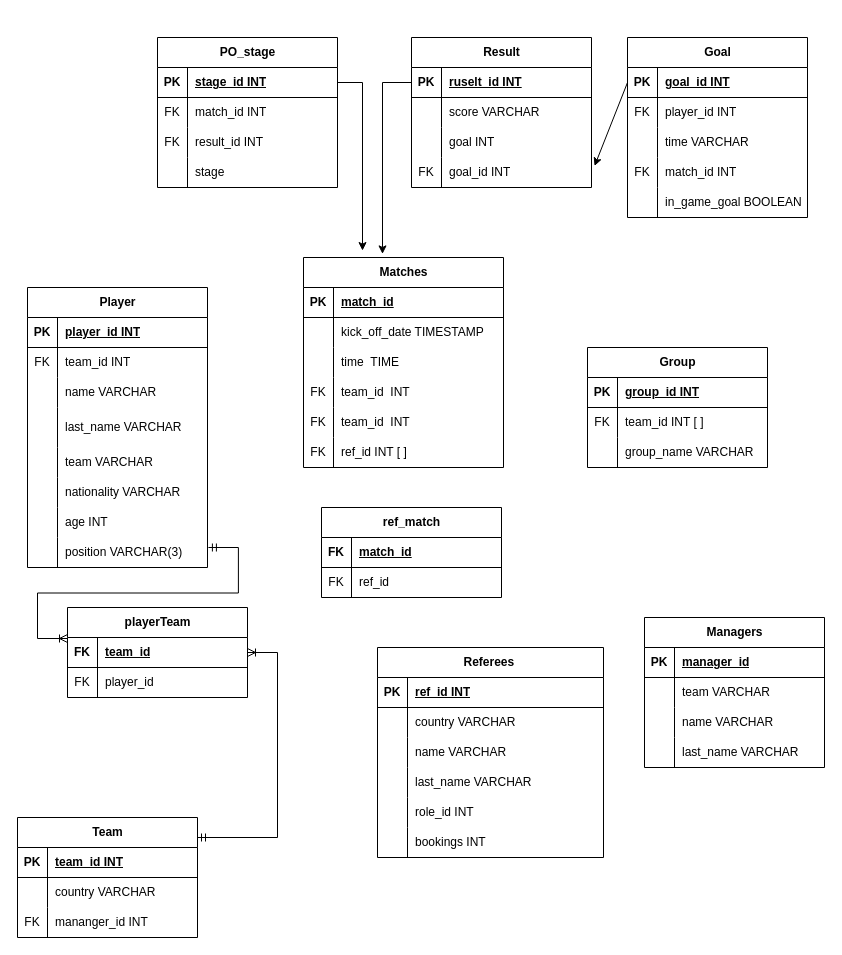
539622RAR/db_6assingment keeps this draw.io diagram as db6.drawio. Above is the earlier version. Source tidied: cells renumbered, new cells numbered last; positions are measured from the earlier drawing's top-left corner, leaving out a move shared by most shapes. Both pictures are drawn from the tidied source at 100%, with x=0, y=0 at pixel (17, 37).
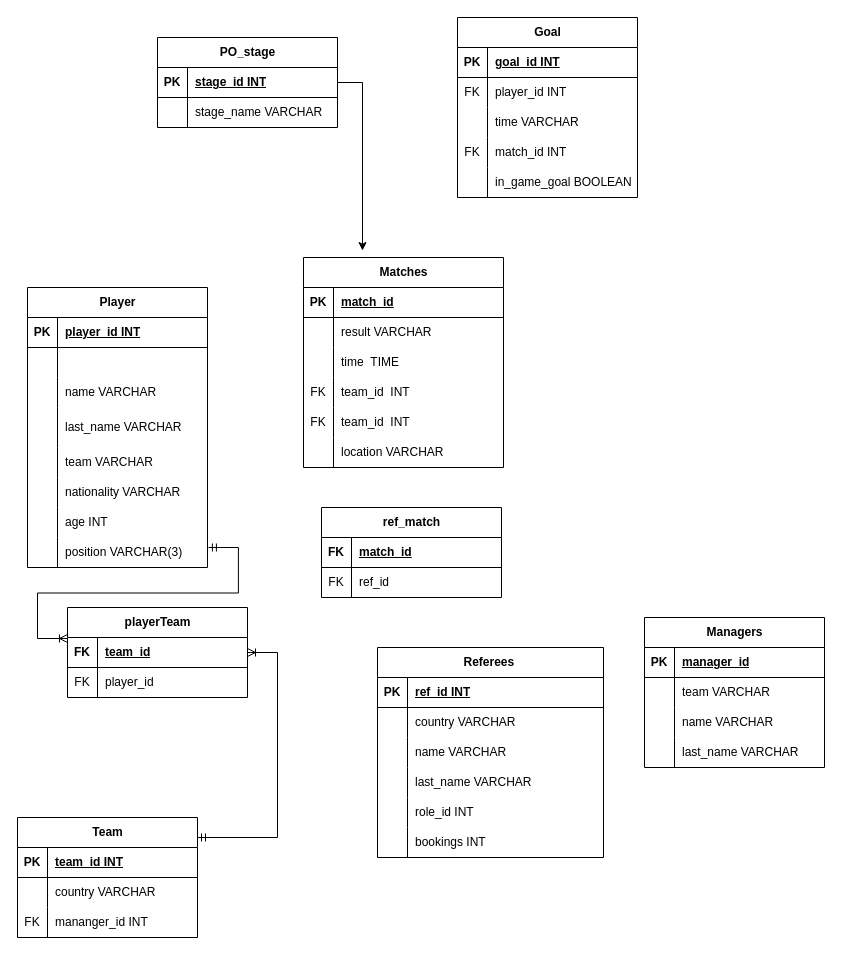
The same diagram, later.

The change refers to these unchanged cells:
```xml
<mxCell id="10" style="shape=tableRow;horizontal=0;startSize=0;swimlaneHead=0;swimlaneBody=0;fillColor=none;top=0;left=0;right=0;bottom=0;" parent="6" vertex="1">
  <mxGeometry y="60" width="180" height="30" as="geometry" />
</mxCell>
<mxCell id="31" value="Matches" style="shape=table;startSize=30;childLayout=tableLayout;rowLines=0;fontStyle=1;align=center;html=1;" parent="1" vertex="1">
  <mxGeometry x="286" y="220" width="200" height="210" as="geometry" />
</mxCell>
<mxCell id="35" style="shape=tableRow;horizontal=0;startSize=0;swimlaneHead=0;swimlaneBody=0;fillColor=none;top=0;left=0;right=0;bottom=0;" parent="31" vertex="1">
  <mxGeometry y="60" width="200" height="30" as="geometry" />
</mxCell>
<mxCell id="47" style="shape=tableRow;horizontal=0;startSize=0;swimlaneHead=0;swimlaneBody=0;fillColor=none;top=0;left=0;right=0;bottom=0;" parent="31" vertex="1">
  <mxGeometry y="180" width="200" height="30" as="geometry" />
</mxCell>
<mxCell id="106" style="shape=tableRow;horizontal=0;startSize=0;swimlaneHead=0;swimlaneBody=0;fillColor=none;top=0;left=0;right=0;bottom=0;" parent="102" vertex="1">
  <mxGeometry y="60" width="180" height="30" as="geometry" />
</mxCell>
<mxCell id="129" style="shape=tableRow;horizontal=0;startSize=0;swimlaneHead=0;swimlaneBody=0;fillColor=none;points=[[0,0.5],[1,0.5]];portConstraint=eastwest;top=0;left=0;right=0;bottom=1;" parent="128" vertex="1">
  <mxGeometry y="30" width="180" height="30" as="geometry" />
</mxCell>
```

Diff of the diagram source:
```diff
@@
-    <mxCell id="11" value="FK" style="shape=partialRectangle;fillColor=none;top=0;left=0;bottom=0;right=0;overflow=hidden;whiteSpace=wrap;html=1;" parent="10" vertex="1">
+    <mxCell id="11" style="shape=partialRectangle;fillColor=none;top=0;left=0;bottom=0;right=0;overflow=hidden;whiteSpace=wrap;html=1;" parent="10" vertex="1">
       <mxGeometry width="30" height="30" as="geometry" />
     </mxCell>
-    <mxCell id="12" value="team_id INT" style="shape=partialRectangle;fillColor=none;top=0;left=0;bottom=0;right=0;align=left;spacingLeft=6;overflow=hidden;whiteSpace=wrap;html=1;" parent="10" vertex="1">
+    <mxCell id="12" style="shape=partialRectangle;fillColor=none;top=0;left=0;bottom=0;right=0;align=left;spacingLeft=6;overflow=hidden;whiteSpace=wrap;html=1;" parent="10" vertex="1">
       <mxGeometry x="30" width="150" height="30" as="geometry" />
     </mxCell>
@@
-    <mxCell id="37" value="kick_off_date TIMESTAMP" style="shape=partialRectangle;fillColor=none;top=0;left=0;bottom=0;right=0;align=left;spacingLeft=6;overflow=hidden;whiteSpace=wrap;html=1;" parent="35" vertex="1">
+    <mxCell id="37" value="result VARCHAR" style="shape=partialRectangle;fillColor=none;top=0;left=0;bottom=0;right=0;align=left;spacingLeft=6;overflow=hidden;whiteSpace=wrap;html=1;" parent="35" vertex="1">
       <mxGeometry x="30" width="170" height="30" as="geometry" />
     </mxCell>
@@
-    <mxCell id="48" value="FK" style="shape=partialRectangle;fillColor=none;top=0;left=0;bottom=0;right=0;overflow=hidden;whiteSpace=wrap;html=1;" parent="47" vertex="1">
-      <mxGeometry width="30" height="30" as="geometry" />
-    </mxCell>
-    <mxCell id="49" value="ref_id INT [ ]" style="shape=partialRectangle;fillColor=none;top=0;left=0;bottom=0;right=0;align=left;spacingLeft=6;overflow=hidden;whiteSpace=wrap;html=1;" parent="47" vertex="1">
-      <mxGeometry x="30" width="170" height="30" as="geometry" />
-    </mxCell>
+    <mxCell id="163" style="shape=partialRectangle;fillColor=none;top=0;left=0;bottom=0;right=0;overflow=hidden;whiteSpace=wrap;html=1;" parent="47" vertex="1">
+      <mxGeometry width="30" height="30" as="geometry" />
+    </mxCell>
+    <mxCell id="164" value="location VARCHAR" style="shape=partialRectangle;fillColor=none;top=0;left=0;bottom=0;right=0;align=left;spacingLeft=6;overflow=hidden;whiteSpace=wrap;html=1;" parent="47" vertex="1">
+      <mxGeometry x="30" width="170" height="30" as="geometry" />
+    </mxCell>
@@
-    <mxCell id="92" value="Group" style="shape=table;startSize=30;childLayout=tableLayout;rowLines=0;fontStyle=1;align=center;html=1;" parent="1" vertex="1">
-      <mxGeometry x="570" y="310" width="180" height="120" as="geometry" />
-    </mxCell>
-    <mxCell id="93" style="shape=tableRow;horizontal=0;startSize=0;swimlaneHead=0;swimlaneBody=0;fillColor=none;top=0;left=0;right=0;bottom=1;" parent="92" vertex="1">
-      <mxGeometry y="30" width="180" height="30" as="geometry" />
-    </mxCell>
-    <mxCell id="94" value="PK" style="shape=partialRectangle;fillColor=none;top=0;left=0;bottom=0;right=0;fontStyle=1;overflow=hidden;whiteSpace=wrap;html=1;" parent="93" vertex="1">
-      <mxGeometry width="30" height="30" as="geometry" />
-    </mxCell>
-    <mxCell id="95" value="group_id INT" style="shape=partialRectangle;fillColor=none;top=0;left=0;bottom=0;right=0;align=left;spacingLeft=6;fontStyle=5;overflow=hidden;whiteSpace=wrap;html=1;" parent="93" vertex="1">
-      <mxGeometry x="30" width="150" height="30" as="geometry" />
-    </mxCell>
-    <mxCell id="96" style="shape=tableRow;horizontal=0;startSize=0;swimlaneHead=0;swimlaneBody=0;fillColor=none;top=0;left=0;right=0;bottom=0;" parent="92" vertex="1">
-      <mxGeometry y="60" width="180" height="30" as="geometry" />
-    </mxCell>
-    <mxCell id="97" value="FK" style="shape=partialRectangle;fillColor=none;top=0;left=0;bottom=0;right=0;overflow=hidden;whiteSpace=wrap;html=1;" parent="96" vertex="1">
-      <mxGeometry width="30" height="30" as="geometry" />
-    </mxCell>
-    <mxCell id="98" value="team_id INT [ ]" style="shape=partialRectangle;fillColor=none;top=0;left=0;bottom=0;right=0;align=left;spacingLeft=6;overflow=hidden;whiteSpace=wrap;html=1;" parent="96" vertex="1">
-      <mxGeometry x="30" width="150" height="30" as="geometry" />
-    </mxCell>
-    <mxCell id="99" style="shape=tableRow;horizontal=0;startSize=0;swimlaneHead=0;swimlaneBody=0;fillColor=none;top=0;left=0;right=0;bottom=0;" parent="92" vertex="1">
-      <mxGeometry y="90" width="180" height="30" as="geometry" />
-    </mxCell>
-    <mxCell id="100" style="shape=partialRectangle;fillColor=none;top=0;left=0;bottom=0;right=0;overflow=hidden;whiteSpace=wrap;html=1;" parent="99" vertex="1">
-      <mxGeometry width="30" height="30" as="geometry" />
-    </mxCell>
-    <mxCell id="101" value="group_name VARCHAR" style="shape=partialRectangle;fillColor=none;top=0;left=0;bottom=0;right=0;align=left;spacingLeft=6;overflow=hidden;whiteSpace=wrap;html=1;" parent="99" vertex="1">
-      <mxGeometry x="30" width="150" height="30" as="geometry" />
-    </mxCell>
     <mxCell id="102" value="PO_stage" style="shape=table;startSize=30;childLayout=tableLayout;rowLines=0;fontStyle=1;align=center;html=1;" parent="1" vertex="1">
-      <mxGeometry x="140" width="180" height="150" as="geometry" />
+      <mxGeometry x="140" width="180" height="90" as="geometry" />
     </mxCell>
@@
-    <mxCell id="107" value="FK" style="shape=partialRectangle;fillColor=none;top=0;left=0;bottom=0;right=0;overflow=hidden;whiteSpace=wrap;html=1;" parent="106" vertex="1">
+    <mxCell id="107" style="shape=partialRectangle;fillColor=none;top=0;left=0;bottom=0;right=0;overflow=hidden;whiteSpace=wrap;html=1;" parent="106" vertex="1">
       <mxGeometry width="30" height="30" as="geometry" />
     </mxCell>
-    <mxCell id="108" value="match_id INT" style="shape=partialRectangle;fillColor=none;top=0;left=0;bottom=0;right=0;align=left;spacingLeft=6;overflow=hidden;whiteSpace=wrap;html=1;" parent="106" vertex="1">
+    <mxCell id="108" value="stage_name VARCHAR" style="shape=partialRectangle;fillColor=none;top=0;left=0;bottom=0;right=0;align=left;spacingLeft=6;overflow=hidden;whiteSpace=wrap;html=1;" parent="106" vertex="1">
       <mxGeometry x="30" width="150" height="30" as="geometry" />
     </mxCell>
-    <mxCell id="109" style="shape=tableRow;horizontal=0;startSize=0;swimlaneHead=0;swimlaneBody=0;fillColor=none;top=0;left=0;right=0;bottom=0;" parent="102" vertex="1">
-      <mxGeometry y="90" width="180" height="30" as="geometry" />
-    </mxCell>
-    <mxCell id="110" value="FK" style="shape=partialRectangle;fillColor=none;top=0;left=0;bottom=0;right=0;overflow=hidden;whiteSpace=wrap;html=1;" parent="109" vertex="1">
-      <mxGeometry width="30" height="30" as="geometry" />
-    </mxCell>
-    <mxCell id="111" value="result_id INT" style="shape=partialRectangle;fillColor=none;top=0;left=0;bottom=0;right=0;align=left;spacingLeft=6;overflow=hidden;whiteSpace=wrap;html=1;" parent="109" vertex="1">
-      <mxGeometry x="30" width="150" height="30" as="geometry" />
-    </mxCell>
-    <mxCell id="112" style="shape=tableRow;horizontal=0;startSize=0;swimlaneHead=0;swimlaneBody=0;fillColor=none;top=0;left=0;right=0;bottom=0;" parent="102" vertex="1">
-      <mxGeometry y="120" width="180" height="30" as="geometry" />
-    </mxCell>
-    <mxCell id="113" style="shape=partialRectangle;fillColor=none;top=0;left=0;bottom=0;right=0;overflow=hidden;whiteSpace=wrap;html=1;" parent="112" vertex="1">
-      <mxGeometry width="30" height="30" as="geometry" />
-    </mxCell>
-    <mxCell id="114" value="stage" style="shape=partialRectangle;fillColor=none;top=0;left=0;bottom=0;right=0;align=left;spacingLeft=6;overflow=hidden;whiteSpace=wrap;html=1;" parent="112" vertex="1">
-      <mxGeometry x="30" width="150" height="30" as="geometry" />
-    </mxCell>
-    <mxCell id="115" value="Result" style="shape=table;startSize=30;childLayout=tableLayout;rowLines=0;fontStyle=1;align=center;html=1;" parent="1" vertex="1">
-      <mxGeometry x="394" width="180" height="150" as="geometry" />
-    </mxCell>
-    <mxCell id="116" style="shape=tableRow;horizontal=0;startSize=0;swimlaneHead=0;swimlaneBody=0;fillColor=none;points=[[0,0.5],[1,0.5]];portConstraint=eastwest;top=0;left=0;right=0;bottom=1;" parent="115" vertex="1">
-      <mxGeometry y="30" width="180" height="30" as="geometry" />
-    </mxCell>
-    <mxCell id="117" value="PK" style="shape=partialRectangle;fillColor=none;top=0;left=0;bottom=0;right=0;fontStyle=1;overflow=hidden;whiteSpace=wrap;html=1;" parent="116" vertex="1">
-      <mxGeometry width="30" height="30" as="geometry" />
-    </mxCell>
-    <mxCell id="118" value="ruselt_id INT" style="shape=partialRectangle;fillColor=none;top=0;left=0;bottom=0;right=0;align=left;spacingLeft=6;fontStyle=5;overflow=hidden;whiteSpace=wrap;html=1;" parent="116" vertex="1">
-      <mxGeometry x="30" width="150" height="30" as="geometry" />
-    </mxCell>
-    <mxCell id="119" style="shape=tableRow;horizontal=0;startSize=0;swimlaneHead=0;swimlaneBody=0;fillColor=none;top=0;left=0;right=0;bottom=0;" parent="115" vertex="1">
-      <mxGeometry y="60" width="180" height="30" as="geometry" />
-    </mxCell>
-    <mxCell id="120" style="shape=partialRectangle;fillColor=none;top=0;left=0;bottom=0;right=0;overflow=hidden;whiteSpace=wrap;html=1;" parent="119" vertex="1">
-      <mxGeometry width="30" height="30" as="geometry" />
-    </mxCell>
-    <mxCell id="121" value="score VARCHAR" style="shape=partialRectangle;fillColor=none;top=0;left=0;bottom=0;right=0;align=left;spacingLeft=6;overflow=hidden;whiteSpace=wrap;html=1;" parent="119" vertex="1">
-      <mxGeometry x="30" width="150" height="30" as="geometry" />
-    </mxCell>
-    <mxCell id="122" style="shape=tableRow;horizontal=0;startSize=0;swimlaneHead=0;swimlaneBody=0;fillColor=none;top=0;left=0;right=0;bottom=0;" parent="115" vertex="1">
-      <mxGeometry y="90" width="180" height="30" as="geometry" />
-    </mxCell>
-    <mxCell id="123" style="shape=partialRectangle;fillColor=none;top=0;left=0;bottom=0;right=0;overflow=hidden;whiteSpace=wrap;html=1;" parent="122" vertex="1">
-      <mxGeometry width="30" height="30" as="geometry" />
-    </mxCell>
-    <mxCell id="124" value="goal INT" style="shape=partialRectangle;fillColor=none;top=0;left=0;bottom=0;right=0;align=left;spacingLeft=6;overflow=hidden;whiteSpace=wrap;html=1;" parent="122" vertex="1">
-      <mxGeometry x="30" width="150" height="30" as="geometry" />
-    </mxCell>
-    <mxCell id="125" style="shape=tableRow;horizontal=0;startSize=0;swimlaneHead=0;swimlaneBody=0;fillColor=none;points=[[0,0.5],[1,0.5]];portConstraint=eastwest;top=0;left=0;right=0;bottom=0;" parent="115" vertex="1">
-      <mxGeometry y="120" width="180" height="30" as="geometry" />
-    </mxCell>
-    <mxCell id="126" value="FK" style="shape=partialRectangle;fillColor=none;top=0;left=0;bottom=0;right=0;overflow=hidden;whiteSpace=wrap;html=1;" parent="125" vertex="1">
-      <mxGeometry width="30" height="30" as="geometry" />
-    </mxCell>
-    <mxCell id="127" value="goal_id INT" style="shape=partialRectangle;fillColor=none;top=0;left=0;bottom=0;right=0;align=left;spacingLeft=6;overflow=hidden;whiteSpace=wrap;html=1;" parent="125" vertex="1">
-      <mxGeometry x="30" width="150" height="30" as="geometry" />
-    </mxCell>
     <mxCell id="128" value="Goal" style="shape=table;startSize=30;childLayout=tableLayout;rowLines=0;fontStyle=1;align=center;html=1;" parent="1" vertex="1">
-      <mxGeometry x="610" width="180" height="180" as="geometry" />
+      <mxGeometry x="440" y="-20" width="180" height="180" as="geometry" />
     </mxCell>
@@
-    <mxCell id="145" style="edgeStyle=orthogonalEdgeStyle;rounded=0;jettySize=auto;html=1;exitX=0;exitY=0.5;exitDx=0;exitDy=0;entryX=0.395;entryY=-0.017;entryDx=0;entryDy=0;entryPerimeter=0;" parent="1" edge="1" source="116" target="31">
-      <mxGeometry relative="1" as="geometry" />
-    </mxCell>
-    <mxCell id="146" style="endArrow=classic;html=1;rounded=0;exitX=0;exitY=0.5;exitDx=0;exitDy=0;entryX=1.017;entryY=0.283;entryDx=0;entryDy=0;entryPerimeter=0;" parent="1" edge="1" source="129" target="125">
-      <mxGeometry relative="1" as="geometry" />
-    </mxCell>
```
